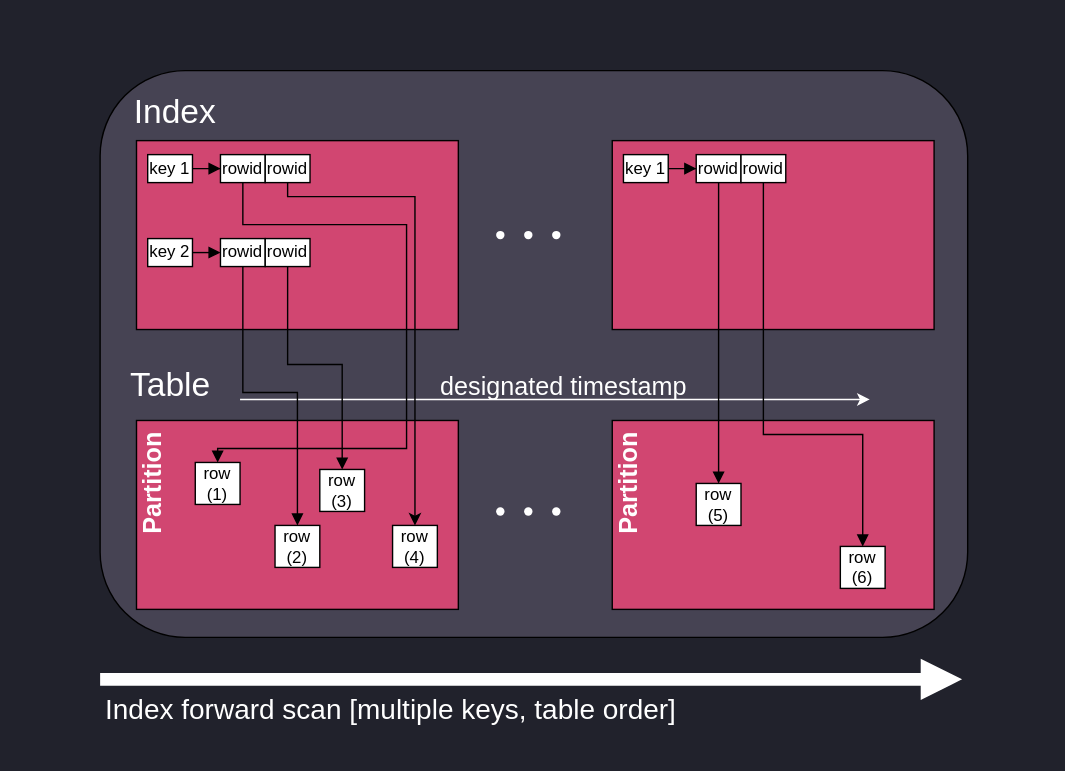
Above: static/img/blog/2023-04-20/index_scan_table_order.svg in yash9111/questdb.io (draw.io), before the change. Source tidied: cells renumbered, new cells last; positions are measured from the earlier drawing's top-left corner, leaving out a move shared by most shapes. Its diagram source:
```xml
<mxGraphModel background="#21222c">
  <root>
    <mxCell id="0" />
    <mxCell id="1" parent="0" />
    <mxCell id="2" style="rounded=0;whiteSpace=wrap;html=1;strokeColor=none;fillColor=none;" parent="1" vertex="1">
      <mxGeometry width="760" height="550" as="geometry" />
    </mxCell>
    <mxCell id="3" style="rounded=1;whiteSpace=wrap;html=1;fillColor=#464353;" parent="1" vertex="1">
      <mxGeometry x="71" y="50" width="620" height="405" as="geometry" />
    </mxCell>
    <mxCell id="4" style="endArrow=block;html=1;rounded=0;strokeColor=#FFFFFF;strokeWidth=9;endFill=1;startArrow=none;startFill=0;" parent="1" edge="1">
      <mxGeometry relative="1" as="geometry">
        <mxPoint x="71" y="485" as="sourcePoint" />
        <mxPoint x="687" y="485" as="targetPoint" />
      </mxGeometry>
    </mxCell>
    <mxCell id="5" value="&lt;div style=&quot;text-align: justify;&quot;&gt;&lt;span style=&quot;font-size: 20px;&quot;&gt;&lt;font color=&quot;#ffffff&quot;&gt;Index forward scan [multiple keys, table order]&lt;/font&gt;&lt;/span&gt;&lt;br&gt;&lt;/div&gt;" style="edgeLabel;html=1;align=left;verticalAlign=middle;labelBorderColor=none;labelBackgroundColor=none;" parent="4" vertex="1">
      <mxGeometry x="-0.86" relative="1" as="geometry">
        <mxPoint x="-42" y="20" as="offset" />
      </mxGeometry>
    </mxCell>
    <mxCell id="6" style="shape=waypoint;sketch=0;fillStyle=solid;size=6;fillColor=none;perimeter=centerPerimeter;strokeColor=#FFFFFF;" parent="1" vertex="1">
      <mxGeometry x="347" y="355" width="20" height="20" as="geometry" />
    </mxCell>
    <mxCell id="7" style="shape=waypoint;sketch=0;fillStyle=solid;size=6;fillColor=none;perimeter=centerPerimeter;strokeColor=#FFFFFF;" parent="1" vertex="1">
      <mxGeometry x="387" y="355" width="20" height="20" as="geometry" />
    </mxCell>
    <mxCell id="8" style="shape=waypoint;sketch=0;fillStyle=solid;size=6;fillColor=none;perimeter=centerPerimeter;strokeColor=#FFFFFF;" parent="1" vertex="1">
      <mxGeometry x="367" y="355" width="20" height="20" as="geometry" />
    </mxCell>
    <mxCell id="9" value="&lt;font style=&quot;font-weight: normal;&quot; color=&quot;#ffffff&quot;&gt;Table&lt;/font&gt;" style="text;strokeColor=none;fillColor=none;html=1;fontSize=24;fontStyle=1;verticalAlign=middle;align=center;" parent="1" vertex="1">
      <mxGeometry x="71" y="255" width="100" height="40" as="geometry" />
    </mxCell>
    <mxCell id="10" style="endArrow=classic;html=1;rounded=0;strokeColor=#FFFFFF;" parent="1" edge="1">
      <mxGeometry relative="1" as="geometry">
        <mxPoint x="171" y="285" as="sourcePoint" />
        <mxPoint x="621" y="285" as="targetPoint" />
      </mxGeometry>
    </mxCell>
    <mxCell id="11" value="&lt;font style=&quot;font-size: 18px;&quot;&gt;designated timestamp&lt;/font&gt;" style="edgeLabel;html=1;align=center;verticalAlign=middle;labelBackgroundColor=none;fontColor=#FFFFFF;" parent="10" vertex="1">
      <mxGeometry x="0.22" relative="1" as="geometry">
        <mxPoint x="-45" y="-10" as="offset" />
      </mxGeometry>
    </mxCell>
    <mxCell id="12" style="rounded=0;whiteSpace=wrap;html=1;fillColor=#D14671;" parent="1" vertex="1">
      <mxGeometry x="97" y="300" width="230" height="135" as="geometry" />
    </mxCell>
    <mxCell id="13" style="rounded=0;whiteSpace=wrap;html=1;fillColor=#D14671;" parent="1" vertex="1">
      <mxGeometry x="437" y="300" width="230" height="135" as="geometry" />
    </mxCell>
    <mxCell id="14" value="&lt;font style=&quot;font-size: 18px;&quot; color=&quot;#ffffff&quot;&gt;Partition&lt;/font&gt;" style="text;strokeColor=none;fillColor=none;html=1;fontSize=24;fontStyle=1;verticalAlign=middle;align=center;textDirection=ltr;whiteSpace=wrap;horizontal=0;" parent="1" vertex="1">
      <mxGeometry x="57" y="295" width="100" height="100" as="geometry" />
    </mxCell>
    <mxCell id="15" value="row (1)" style="rounded=0;whiteSpace=wrap;html=1;" parent="1" vertex="1">
      <mxGeometry x="139" y="330" width="32" height="30" as="geometry" />
    </mxCell>
    <mxCell id="16" value="&lt;font style=&quot;font-size: 18px;&quot; color=&quot;#ffffff&quot;&gt;Partition&lt;/font&gt;" style="text;strokeColor=none;fillColor=none;html=1;fontSize=24;fontStyle=1;verticalAlign=middle;align=center;textDirection=ltr;whiteSpace=wrap;horizontal=0;" parent="1" vertex="1">
      <mxGeometry x="397" y="295" width="100" height="100" as="geometry" />
    </mxCell>
    <mxCell id="17" style="rounded=0;whiteSpace=wrap;html=1;fillColor=#D14671;" parent="1" vertex="1">
      <mxGeometry x="97" y="100" width="230" height="135" as="geometry" />
    </mxCell>
    <mxCell id="18" value="&lt;font style=&quot;font-weight: normal;&quot; color=&quot;#ffffff&quot;&gt;&amp;nbsp;Index&lt;/font&gt;" style="text;strokeColor=none;fillColor=none;html=1;fontSize=24;fontStyle=1;verticalAlign=middle;align=center;" parent="1" vertex="1">
      <mxGeometry x="71" y="60" width="100" height="40" as="geometry" />
    </mxCell>
    <mxCell id="19" style="edgeStyle=orthogonalEdgeStyle;rounded=0;jettySize=auto;html=1;endArrow=block;endFill=1;" parent="1" edge="1" source="20" target="21">
      <mxGeometry relative="1" as="geometry" />
    </mxCell>
    <mxCell id="20" value="key 1" style="rounded=0;whiteSpace=wrap;html=1;" parent="1" vertex="1">
      <mxGeometry x="105" y="110" width="32" height="20" as="geometry" />
    </mxCell>
    <mxCell id="21" value="rowid" style="rounded=0;whiteSpace=wrap;html=1;" parent="1" vertex="1">
      <mxGeometry x="157" y="110" width="32" height="20" as="geometry" />
    </mxCell>
    <mxCell id="22" style="edgeStyle=orthogonalEdgeStyle;rounded=0;jettySize=auto;html=1;entryX=0.5;entryY=0;entryDx=0;entryDy=0;endArrow=block;endFill=1;exitX=0.5;exitY=1;exitDx=0;exitDy=0;" parent="1" edge="1" source="39">
      <mxGeometry relative="1" as="geometry">
        <mxPoint x="212" y="375" as="targetPoint" />
        <Array as="points">
          <mxPoint x="173" y="280" />
          <mxPoint x="212" y="280" />
        </Array>
      </mxGeometry>
    </mxCell>
    <mxCell id="23" style="edgeStyle=orthogonalEdgeStyle;rounded=0;jettySize=auto;html=1;entryX=0.5;entryY=0;entryDx=0;entryDy=0;" parent="1" edge="1" source="24" target="42">
      <mxGeometry relative="1" as="geometry">
        <Array as="points">
          <mxPoint x="205" y="140" />
          <mxPoint x="296" y="140" />
        </Array>
      </mxGeometry>
    </mxCell>
    <mxCell id="24" value="rowid" style="rounded=0;whiteSpace=wrap;html=1;" parent="1" vertex="1">
      <mxGeometry x="189" y="110" width="32" height="20" as="geometry" />
    </mxCell>
    <mxCell id="25" style="edgeStyle=orthogonalEdgeStyle;rounded=0;jettySize=auto;html=1;entryX=0.5;entryY=0;entryDx=0;entryDy=0;endArrow=block;endFill=1;exitX=0.5;exitY=1;exitDx=0;exitDy=0;" parent="1" edge="1" source="40" target="35">
      <mxGeometry relative="1" as="geometry">
        <Array as="points">
          <mxPoint x="205" y="260" />
          <mxPoint x="244" y="260" />
        </Array>
      </mxGeometry>
    </mxCell>
    <mxCell id="26" style="rounded=0;whiteSpace=wrap;html=1;fillColor=#D14671;" parent="1" vertex="1">
      <mxGeometry x="437" y="100" width="230" height="135" as="geometry" />
    </mxCell>
    <mxCell id="27" style="edgeStyle=orthogonalEdgeStyle;rounded=0;jettySize=auto;html=1;endArrow=block;endFill=1;" parent="1" edge="1" source="28" target="29">
      <mxGeometry relative="1" as="geometry" />
    </mxCell>
    <mxCell id="28" value="key 1" style="rounded=0;whiteSpace=wrap;html=1;" parent="1" vertex="1">
      <mxGeometry x="445" y="110" width="32" height="20" as="geometry" />
    </mxCell>
    <mxCell id="29" value="rowid" style="rounded=0;whiteSpace=wrap;html=1;" parent="1" vertex="1">
      <mxGeometry x="497" y="110" width="32" height="20" as="geometry" />
    </mxCell>
    <mxCell id="30" value="rowid" style="rounded=0;whiteSpace=wrap;html=1;" parent="1" vertex="1">
      <mxGeometry x="529" y="110" width="32" height="20" as="geometry" />
    </mxCell>
    <mxCell id="31" style="edgeStyle=orthogonalEdgeStyle;rounded=0;jettySize=auto;html=1;endArrow=block;endFill=1;entryX=0.5;entryY=0;entryDx=0;entryDy=0;exitX=0.5;exitY=1;exitDx=0;exitDy=0;" parent="1" edge="1" source="29" target="36">
      <mxGeometry relative="1" as="geometry">
        <Array as="points">
          <mxPoint x="513" y="330" />
          <mxPoint x="513" y="330" />
        </Array>
      </mxGeometry>
    </mxCell>
    <mxCell id="32" style="edgeStyle=orthogonalEdgeStyle;rounded=0;jettySize=auto;html=1;endArrow=block;endFill=1;entryX=0.5;entryY=0;entryDx=0;entryDy=0;exitX=0.5;exitY=1;exitDx=0;exitDy=0;" parent="1" edge="1" source="30" target="37">
      <mxGeometry relative="1" as="geometry">
        <Array as="points">
          <mxPoint x="545" y="310" />
          <mxPoint x="616" y="310" />
        </Array>
      </mxGeometry>
    </mxCell>
    <mxCell id="33" style="edgeStyle=orthogonalEdgeStyle;rounded=0;jettySize=auto;html=1;entryX=0.5;entryY=0;entryDx=0;entryDy=0;endArrow=block;endFill=1;exitX=0.5;exitY=1;exitDx=0;exitDy=0;" parent="1" edge="1" source="21" target="15">
      <mxGeometry relative="1" as="geometry">
        <Array as="points">
          <mxPoint x="173" y="160" />
          <mxPoint x="290" y="160" />
          <mxPoint x="290" y="320" />
          <mxPoint x="155" y="320" />
        </Array>
      </mxGeometry>
    </mxCell>
    <mxCell id="34" value="row (2)" style="rounded=0;whiteSpace=wrap;html=1;" parent="1" vertex="1">
      <mxGeometry x="196" y="375" width="32" height="30" as="geometry" />
    </mxCell>
    <mxCell id="35" value="row (3)" style="rounded=0;whiteSpace=wrap;html=1;" parent="1" vertex="1">
      <mxGeometry x="228" y="335" width="32" height="30" as="geometry" />
    </mxCell>
    <mxCell id="36" value="row (5)" style="rounded=0;whiteSpace=wrap;html=1;" parent="1" vertex="1">
      <mxGeometry x="497" y="345" width="32" height="30" as="geometry" />
    </mxCell>
    <mxCell id="37" value="row (6)" style="rounded=0;whiteSpace=wrap;html=1;" parent="1" vertex="1">
      <mxGeometry x="600" y="390" width="32" height="30" as="geometry" />
    </mxCell>
    <mxCell id="38" value="key 2" style="rounded=0;whiteSpace=wrap;html=1;" parent="1" vertex="1">
      <mxGeometry x="105" y="170" width="32" height="20" as="geometry" />
    </mxCell>
    <mxCell id="39" value="rowid" style="rounded=0;whiteSpace=wrap;html=1;" parent="1" vertex="1">
      <mxGeometry x="157" y="170" width="32" height="20" as="geometry" />
    </mxCell>
    <mxCell id="40" value="rowid" style="rounded=0;whiteSpace=wrap;html=1;" parent="1" vertex="1">
      <mxGeometry x="189" y="170" width="32" height="20" as="geometry" />
    </mxCell>
    <mxCell id="41" style="edgeStyle=orthogonalEdgeStyle;rounded=0;jettySize=auto;html=1;endArrow=block;endFill=1;entryX=0;entryY=0.5;entryDx=0;entryDy=0;exitX=1;exitY=0.5;exitDx=0;exitDy=0;" parent="1" edge="1" source="38" target="39">
      <mxGeometry relative="1" as="geometry" />
    </mxCell>
    <mxCell id="42" value="row (4)" style="rounded=0;whiteSpace=wrap;html=1;" parent="1" vertex="1">
      <mxGeometry x="280" y="375" width="32" height="30" as="geometry" />
    </mxCell>
    <mxCell id="43" style="shape=waypoint;sketch=0;fillStyle=solid;size=6;fillColor=none;perimeter=centerPerimeter;strokeColor=#FFFFFF;" parent="1" vertex="1">
      <mxGeometry x="347" y="157.5" width="20" height="20" as="geometry" />
    </mxCell>
    <mxCell id="44" style="shape=waypoint;sketch=0;fillStyle=solid;size=6;fillColor=none;perimeter=centerPerimeter;strokeColor=#FFFFFF;" parent="1" vertex="1">
      <mxGeometry x="387" y="157.5" width="20" height="20" as="geometry" />
    </mxCell>
    <mxCell id="45" style="shape=waypoint;sketch=0;fillStyle=solid;size=6;fillColor=none;perimeter=centerPerimeter;strokeColor=#FFFFFF;" parent="1" vertex="1">
      <mxGeometry x="367" y="157.5" width="20" height="20" as="geometry" />
    </mxCell>
  </root>
</mxGraphModel>
```
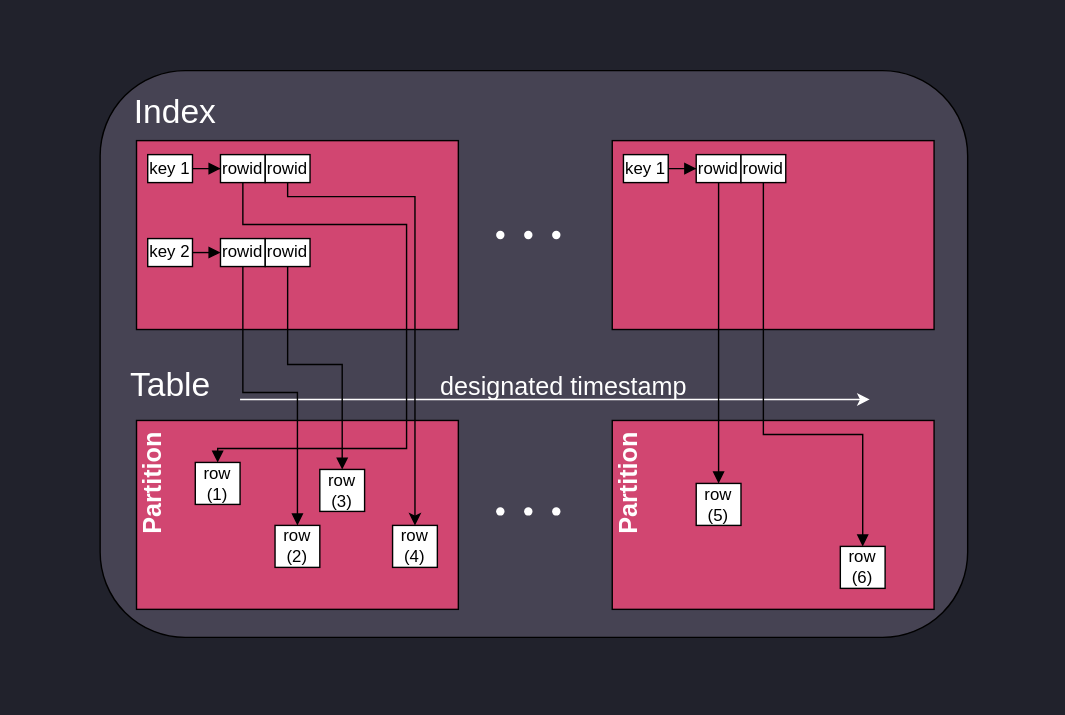
Later version of the same file.

Commit message:
chore(doc): remove scan direction arrows from index scan images

Diff of the diagram source:
```diff
@@ -3,22 +3,11 @@
     <mxCell id="0" />
     <mxCell id="1" parent="0" />
     <mxCell id="2" style="rounded=0;whiteSpace=wrap;html=1;strokeColor=none;fillColor=none;" parent="1" vertex="1">
-      <mxGeometry width="760" height="550" as="geometry" />
+      <mxGeometry width="760" height="510" as="geometry" />
     </mxCell>
     <mxCell id="3" style="rounded=1;whiteSpace=wrap;html=1;fillColor=#464353;" parent="1" vertex="1">
       <mxGeometry x="71" y="50" width="620" height="405" as="geometry" />
     </mxCell>
-    <mxCell id="4" style="endArrow=block;html=1;rounded=0;strokeColor=#FFFFFF;strokeWidth=9;endFill=1;startArrow=none;startFill=0;" parent="1" edge="1">
-      <mxGeometry relative="1" as="geometry">
-        <mxPoint x="71" y="485" as="sourcePoint" />
-        <mxPoint x="687" y="485" as="targetPoint" />
-      </mxGeometry>
-    </mxCell>
-    <mxCell id="5" value="&lt;div style=&quot;text-align: justify;&quot;&gt;&lt;span style=&quot;font-size: 20px;&quot;&gt;&lt;font color=&quot;#ffffff&quot;&gt;Index forward scan [multiple keys, table order]&lt;/font&gt;&lt;/span&gt;&lt;br&gt;&lt;/div&gt;" style="edgeLabel;html=1;align=left;verticalAlign=middle;labelBorderColor=none;labelBackgroundColor=none;" parent="4" vertex="1">
-      <mxGeometry x="-0.86" relative="1" as="geometry">
-        <mxPoint x="-42" y="20" as="offset" />
-      </mxGeometry>
-    </mxCell>
     <mxCell id="6" style="shape=waypoint;sketch=0;fillStyle=solid;size=6;fillColor=none;perimeter=centerPerimeter;strokeColor=#FFFFFF;" parent="1" vertex="1">
       <mxGeometry x="347" y="355" width="20" height="20" as="geometry" />
     </mxCell>
```
